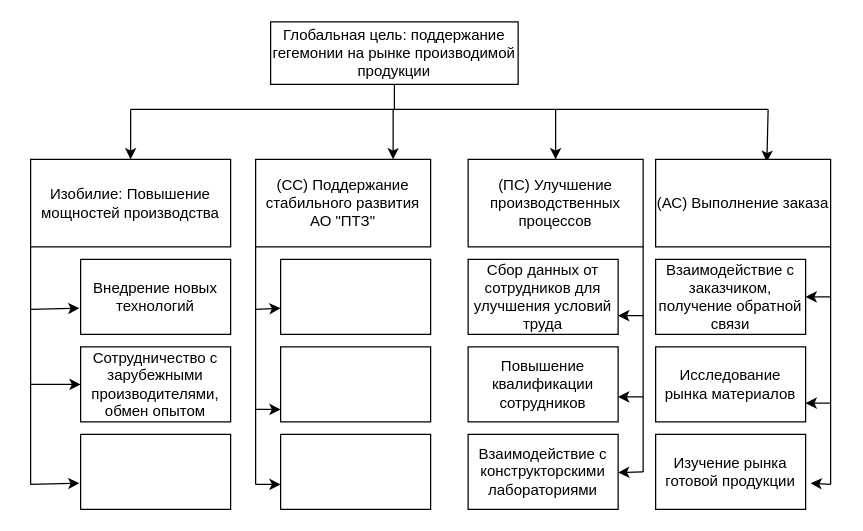
This is Диаграмма без названия.drawio from hardbit43/practice, a draw.io file, before an edit. Source tidied: cells renumbered, new cells numbered last; positions are measured from the earlier drawing's top-left corner, leaving out a move shared by most shapes. Both pictures are drawn from the tidied source at 125%, with x=0, y=0 at pixel (30, 21).
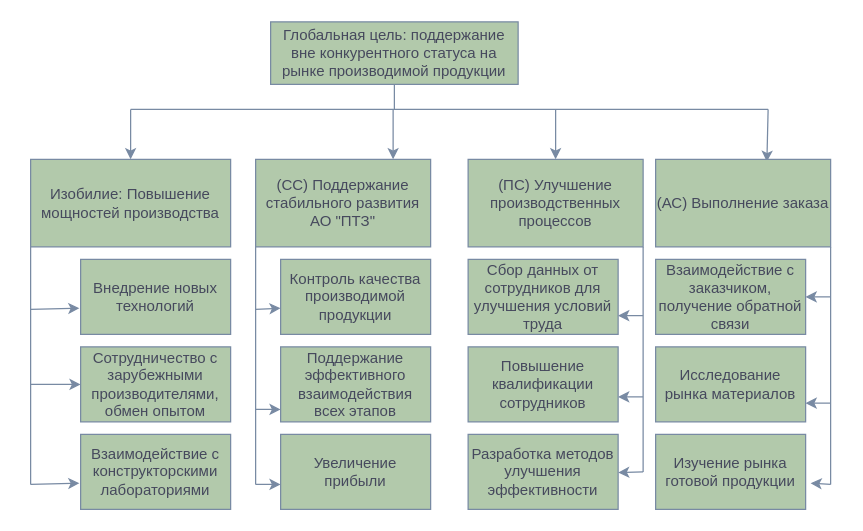
The same diagram, later.

Diff of the diagram source:
```diff
@@
-<mxGraphModel>
+<mxGraphModel background="#ffffff">
@@
-    <mxCell id="2" value="Глобальная цель: поддержание гегемонии на рынке производимой продукции" style="rounded=0;whiteSpace=wrap;html=1;" parent="1" vertex="1">
+    <mxCell id="2" value="Глобальная цель: поддержание вне конкурентного статуса на рынке производимой продукции" style="rounded=0;whiteSpace=wrap;html=1;labelBackgroundColor=none;fillColor=#B2C9AB;strokeColor=#788AA3;fontColor=#46495D;" parent="1" vertex="1">
       <mxGeometry x="192" width="198" height="50" as="geometry" />
     </mxCell>
-    <mxCell id="3" style="endArrow=none;html=1;rounded=0;exitX=0.5;exitY=1;exitDx=0;exitDy=0;" parent="1" edge="1" source="2">
+    <mxCell id="3" style="endArrow=none;html=1;rounded=0;exitX=0.5;exitY=1;exitDx=0;exitDy=0;labelBackgroundColor=none;strokeColor=#788AA3;fontColor=default;" parent="1" edge="1" source="2">
       <mxGeometry relative="1" as="geometry">
         <mxPoint x="291" y="70" as="targetPoint" />
       </mxGeometry>
     </mxCell>
-    <mxCell id="4" style="endArrow=none;html=1;rounded=0;" parent="1" edge="1">
+    <mxCell id="4" style="endArrow=none;html=1;rounded=0;labelBackgroundColor=none;strokeColor=#788AA3;fontColor=default;" parent="1" edge="1">
       <mxGeometry relative="1" as="geometry">
         <mxPoint x="80" y="70" as="sourcePoint" />
         <mxPoint x="590" y="70" as="targetPoint" />
       </mxGeometry>
     </mxCell>
-    <mxCell id="5" style="endArrow=classic;html=1;rounded=0;" parent="1" edge="1" target="9">
+    <mxCell id="5" style="endArrow=classic;html=1;rounded=0;labelBackgroundColor=none;strokeColor=#788AA3;fontColor=default;" parent="1" edge="1" target="9">
       <mxGeometry relative="1" as="geometry">
         <mxPoint x="80" y="70" as="sourcePoint" />
       </mxGeometry>
     </mxCell>
-    <mxCell id="6" style="endArrow=classic;html=1;rounded=0;" parent="1" edge="1">
+    <mxCell id="6" style="endArrow=classic;html=1;rounded=0;labelBackgroundColor=none;strokeColor=#788AA3;fontColor=default;" parent="1" edge="1">
       <mxGeometry relative="1" as="geometry">
         <mxPoint x="290" y="70" as="sourcePoint" />
         <mxPoint x="290" y="110" as="targetPoint" />
       </mxGeometry>
     </mxCell>
-    <mxCell id="7" style="endArrow=classic;html=1;rounded=0;entryX=0.5;entryY=0;entryDx=0;entryDy=0;" parent="1" edge="1" target="12">
+    <mxCell id="7" style="endArrow=classic;html=1;rounded=0;entryX=0.5;entryY=0;entryDx=0;entryDy=0;labelBackgroundColor=none;strokeColor=#788AA3;fontColor=default;" parent="1" edge="1" target="12">
       <mxGeometry relative="1" as="geometry">
         <mxPoint x="420" y="70" as="sourcePoint" />
       </mxGeometry>
     </mxCell>
-    <mxCell id="8" style="endArrow=classic;html=1;rounded=0;entryX=0.454;entryY=0.029;entryDx=0;entryDy=0;entryPerimeter=0;" parent="1" edge="1">
+    <mxCell id="8" style="endArrow=classic;html=1;rounded=0;entryX=0.454;entryY=0.029;entryDx=0;entryDy=0;entryPerimeter=0;labelBackgroundColor=none;strokeColor=#788AA3;fontColor=default;" parent="1" edge="1">
       <mxGeometry relative="1" as="geometry">
         <mxPoint x="590" y="70" as="sourcePoint" />
         <mxPoint x="589" y="112" as="targetPoint" />
       </mxGeometry>
     </mxCell>
-    <mxCell id="9" value="Изобилие: Повышение мощностей производства" style="rounded=0;whiteSpace=wrap;html=1;" parent="1" vertex="1">
+    <mxCell id="9" value="Изобилие: Повышение мощностей производства" style="rounded=0;whiteSpace=wrap;html=1;labelBackgroundColor=none;fillColor=#B2C9AB;strokeColor=#788AA3;fontColor=#46495D;" parent="1" vertex="1">
       <mxGeometry y="110" width="160" height="70" as="geometry" />
     </mxCell>
-    <mxCell id="10" value="(СС) Поддержание стабильного развития АО &quot;ПТЗ&quot;" style="rounded=0;whiteSpace=wrap;html=1;" parent="1" vertex="1">
+    <mxCell id="10" value="(СС) Поддержание стабильного развития АО &quot;ПТЗ&quot;" style="rounded=0;whiteSpace=wrap;html=1;labelBackgroundColor=none;fillColor=#B2C9AB;strokeColor=#788AA3;fontColor=#46495D;" parent="1" vertex="1">
       <mxGeometry x="180" y="110" width="140" height="70" as="geometry" />
     </mxCell>
-    <mxCell id="11" value="(АС) Выполнение заказа" style="rounded=0;whiteSpace=wrap;html=1;" parent="1" vertex="1">
+    <mxCell id="11" value="(АС) Выполнение заказа" style="rounded=0;whiteSpace=wrap;html=1;labelBackgroundColor=none;fillColor=#B2C9AB;strokeColor=#788AA3;fontColor=#46495D;" parent="1" vertex="1">
       <mxGeometry x="500" y="110" width="140" height="70" as="geometry" />
     </mxCell>
-    <mxCell id="12" value="(ПС) Улучшение производственных процессов" style="rounded=0;whiteSpace=wrap;html=1;" parent="1" vertex="1">
+    <mxCell id="12" value="(ПС) Улучшение производственных процессов" style="rounded=0;whiteSpace=wrap;html=1;labelBackgroundColor=none;fillColor=#B2C9AB;strokeColor=#788AA3;fontColor=#46495D;" parent="1" vertex="1">
       <mxGeometry x="350" y="110" width="140" height="70" as="geometry" />
     </mxCell>
-    <mxCell id="13" value="Внедрение новых технологий" style="rounded=0;whiteSpace=wrap;html=1;" parent="1" vertex="1">
+    <mxCell id="13" value="Внедрение новых технологий" style="rounded=0;whiteSpace=wrap;html=1;labelBackgroundColor=none;fillColor=#B2C9AB;strokeColor=#788AA3;fontColor=#46495D;" parent="1" vertex="1">
       <mxGeometry x="40" y="190" width="120" height="60" as="geometry" />
     </mxCell>
-    <mxCell id="14" value="Сотрудничество с зарубежными производителями, обмен опытом" style="rounded=0;whiteSpace=wrap;html=1;" parent="1" vertex="1">
+    <mxCell id="14" value="Сотрудничество с зарубежными производителями, обмен опытом" style="rounded=0;whiteSpace=wrap;html=1;labelBackgroundColor=none;fillColor=#B2C9AB;strokeColor=#788AA3;fontColor=#46495D;" parent="1" vertex="1">
       <mxGeometry x="40" y="260" width="120" height="60" as="geometry" />
     </mxCell>
-    <mxCell id="15" style="rounded=0;whiteSpace=wrap;html=1;" parent="1" vertex="1">
+    <mxCell id="15" value="Взаимодействие с конструкторскими лабораториями" style="rounded=0;whiteSpace=wrap;html=1;labelBackgroundColor=none;fillColor=#B2C9AB;strokeColor=#788AA3;fontColor=#46495D;" parent="1" vertex="1">
       <mxGeometry x="40" y="330" width="120" height="60" as="geometry" />
     </mxCell>
-    <mxCell id="16" style="rounded=0;whiteSpace=wrap;html=1;" parent="1" vertex="1">
+    <mxCell id="16" value="Контроль качества производимой продукции" style="rounded=0;whiteSpace=wrap;html=1;labelBackgroundColor=none;fillColor=#B2C9AB;strokeColor=#788AA3;fontColor=#46495D;" parent="1" vertex="1">
       <mxGeometry x="200" y="190" width="120" height="60" as="geometry" />
     </mxCell>
-    <mxCell id="17" style="rounded=0;whiteSpace=wrap;html=1;" parent="1" vertex="1">
+    <mxCell id="17" value="Поддержание эффективного взаимодействия всех этапов" style="rounded=0;whiteSpace=wrap;html=1;labelBackgroundColor=none;fillColor=#B2C9AB;strokeColor=#788AA3;fontColor=#46495D;" parent="1" vertex="1">
       <mxGeometry x="200" y="260" width="120" height="60" as="geometry" />
     </mxCell>
-    <mxCell id="18" style="rounded=0;whiteSpace=wrap;html=1;" parent="1" vertex="1">
+    <mxCell id="18" value="Увеличение прибыли " style="rounded=0;whiteSpace=wrap;html=1;labelBackgroundColor=none;fillColor=#B2C9AB;strokeColor=#788AA3;fontColor=#46495D;" parent="1" vertex="1">
       <mxGeometry x="200" y="330" width="120" height="60" as="geometry" />
     </mxCell>
-    <mxCell id="19" value="Сбор данных от сотрудников для улучшения условий труда" style="rounded=0;whiteSpace=wrap;html=1;" parent="1" vertex="1">
+    <mxCell id="19" value="Сбор данных от сотрудников для улучшения условий труда" style="rounded=0;whiteSpace=wrap;html=1;labelBackgroundColor=none;fillColor=#B2C9AB;strokeColor=#788AA3;fontColor=#46495D;" parent="1" vertex="1">
       <mxGeometry x="350" y="190" width="120" height="60" as="geometry" />
     </mxCell>
-    <mxCell id="20" value="&lt;div&gt;Повышение квалификации сотрудников&lt;/div&gt;" style="rounded=0;whiteSpace=wrap;html=1;" parent="1" vertex="1">
+    <mxCell id="20" value="&lt;div&gt;Повышение квалификации сотрудников&lt;/div&gt;" style="rounded=0;whiteSpace=wrap;html=1;labelBackgroundColor=none;fillColor=#B2C9AB;strokeColor=#788AA3;fontColor=#46495D;" parent="1" vertex="1">
       <mxGeometry x="350" y="260" width="120" height="60" as="geometry" />
     </mxCell>
-    <mxCell id="21" value="Взаимодействие с конструкторскими лабораториями" style="rounded=0;whiteSpace=wrap;html=1;" parent="1" vertex="1">
+    <mxCell id="21" value="Разработка методов улучшения эффективности" style="rounded=0;whiteSpace=wrap;html=1;labelBackgroundColor=none;fillColor=#B2C9AB;strokeColor=#788AA3;fontColor=#46495D;" parent="1" vertex="1">
       <mxGeometry x="350" y="330" width="120" height="60" as="geometry" />
     </mxCell>
-    <mxCell id="22" value="Взаимодействие с заказчиком, получение обратной связи" style="rounded=0;whiteSpace=wrap;html=1;" parent="1" vertex="1">
+    <mxCell id="22" value="Взаимодействие с заказчиком, получение обратной связи" style="rounded=0;whiteSpace=wrap;html=1;labelBackgroundColor=none;fillColor=#B2C9AB;strokeColor=#788AA3;fontColor=#46495D;" parent="1" vertex="1">
       <mxGeometry x="500" y="190" width="120" height="60" as="geometry" />
     </mxCell>
-    <mxCell id="23" value="Исследование рынка материалов" style="rounded=0;whiteSpace=wrap;html=1;" parent="1" vertex="1">
+    <mxCell id="23" value="Исследование рынка материалов" style="rounded=0;whiteSpace=wrap;html=1;labelBackgroundColor=none;fillColor=#B2C9AB;strokeColor=#788AA3;fontColor=#46495D;" parent="1" vertex="1">
       <mxGeometry x="500" y="260" width="120" height="60" as="geometry" />
     </mxCell>
-    <mxCell id="24" style="edgeStyle=orthogonalEdgeStyle;rounded=0;jettySize=auto;html=1;" parent="1" edge="1" target="21">
+    <mxCell id="24" style="edgeStyle=orthogonalEdgeStyle;rounded=0;jettySize=auto;html=1;labelBackgroundColor=none;strokeColor=#788AA3;fontColor=default;" parent="1" edge="1" target="21">
       <mxGeometry relative="1" as="geometry">
         <mxPoint x="490" y="360" as="sourcePoint" />
       </mxGeometry>
     </mxCell>
-    <mxCell id="25" value="Изучение рынка готовой продукции" style="rounded=0;whiteSpace=wrap;html=1;" parent="1" vertex="1">
+    <mxCell id="25" value="Изучение рынка готовой продукции" style="rounded=0;whiteSpace=wrap;html=1;labelBackgroundColor=none;fillColor=#B2C9AB;strokeColor=#788AA3;fontColor=#46495D;" parent="1" vertex="1">
       <mxGeometry x="500" y="330" width="120" height="60" as="geometry" />
     </mxCell>
-    <mxCell id="26" style="endArrow=none;html=1;rounded=0;exitX=0;exitY=1;exitDx=0;exitDy=0;" parent="1" edge="1" source="9">
+    <mxCell id="26" style="endArrow=none;html=1;rounded=0;exitX=0;exitY=1;exitDx=0;exitDy=0;labelBackgroundColor=none;strokeColor=#788AA3;fontColor=default;" parent="1" edge="1" source="9">
       <mxGeometry relative="1" as="geometry">
         <mxPoint y="370" as="targetPoint" />
       </mxGeometry>
     </mxCell>
-    <mxCell id="27" style="endArrow=classic;html=1;rounded=0;entryX=-0.008;entryY=0.65;entryDx=0;entryDy=0;entryPerimeter=0;" parent="1" edge="1" target="15">
+    <mxCell id="27" style="endArrow=classic;html=1;rounded=0;entryX=-0.008;entryY=0.65;entryDx=0;entryDy=0;entryPerimeter=0;labelBackgroundColor=none;strokeColor=#788AA3;fontColor=default;" parent="1" edge="1" target="15">
       <mxGeometry relative="1" as="geometry">
         <mxPoint y="370" as="sourcePoint" />
       </mxGeometry>
     </mxCell>
-    <mxCell id="28" style="endArrow=classic;html=1;rounded=0;entryX=0;entryY=0.5;entryDx=0;entryDy=0;" parent="1" edge="1" target="14">
+    <mxCell id="28" style="endArrow=classic;html=1;rounded=0;entryX=0;entryY=0.5;entryDx=0;entryDy=0;labelBackgroundColor=none;strokeColor=#788AA3;fontColor=default;" parent="1" edge="1" target="14">
       <mxGeometry relative="1" as="geometry">
         <mxPoint y="290" as="sourcePoint" />
       </mxGeometry>
     </mxCell>
-    <mxCell id="29" style="endArrow=classic;html=1;rounded=0;entryX=-0.008;entryY=0.65;entryDx=0;entryDy=0;entryPerimeter=0;" parent="1" edge="1" target="13">
+    <mxCell id="29" style="endArrow=classic;html=1;rounded=0;entryX=-0.008;entryY=0.65;entryDx=0;entryDy=0;entryPerimeter=0;labelBackgroundColor=none;strokeColor=#788AA3;fontColor=default;" parent="1" edge="1" target="13">
       <mxGeometry relative="1" as="geometry">
         <mxPoint y="230" as="sourcePoint" />
       </mxGeometry>
     </mxCell>
-    <mxCell id="30" style="endArrow=none;html=1;rounded=0;entryX=0;entryY=1;entryDx=0;entryDy=0;" parent="1" edge="1" target="10">
+    <mxCell id="30" style="endArrow=none;html=1;rounded=0;entryX=0;entryY=1;entryDx=0;entryDy=0;labelBackgroundColor=none;strokeColor=#788AA3;fontColor=default;" parent="1" edge="1" target="10">
       <mxGeometry relative="1" as="geometry">
         <mxPoint x="180" y="370" as="sourcePoint" />
       </mxGeometry>
     </mxCell>
-    <mxCell id="31" style="endArrow=classic;html=1;rounded=0;entryX=0;entryY=0.65;entryDx=0;entryDy=0;entryPerimeter=0;" parent="1" edge="1" target="16">
+    <mxCell id="31" style="endArrow=classic;html=1;rounded=0;entryX=0;entryY=0.65;entryDx=0;entryDy=0;entryPerimeter=0;labelBackgroundColor=none;strokeColor=#788AA3;fontColor=default;" parent="1" edge="1" target="16">
       <mxGeometry relative="1" as="geometry">
         <mxPoint x="180" y="230" as="sourcePoint" />
       </mxGeometry>
     </mxCell>
-    <mxCell id="32" style="endArrow=classic;html=1;rounded=0;" parent="1" edge="1">
+    <mxCell id="32" style="endArrow=classic;html=1;rounded=0;labelBackgroundColor=none;strokeColor=#788AA3;fontColor=default;" parent="1" edge="1">
       <mxGeometry relative="1" as="geometry">
         <mxPoint x="180" y="310" as="sourcePoint" />
         <mxPoint x="200" y="310" as="targetPoint" />
       </mxGeometry>
     </mxCell>
-    <mxCell id="33" style="endArrow=classic;html=1;rounded=0;" parent="1" edge="1">
+    <mxCell id="33" style="endArrow=classic;html=1;rounded=0;labelBackgroundColor=none;strokeColor=#788AA3;fontColor=default;" parent="1" edge="1">
       <mxGeometry relative="1" as="geometry">
         <mxPoint x="180" y="370" as="sourcePoint" />
         <mxPoint x="200" y="370" as="targetPoint" />
       </mxGeometry>
     </mxCell>
-    <mxCell id="34" style="endArrow=none;html=1;rounded=0;entryX=1;entryY=1;entryDx=0;entryDy=0;" parent="1" edge="1" target="12">
+    <mxCell id="34" style="endArrow=none;html=1;rounded=0;entryX=1;entryY=1;entryDx=0;entryDy=0;labelBackgroundColor=none;strokeColor=#788AA3;fontColor=default;" parent="1" edge="1" target="12">
       <mxGeometry relative="1" as="geometry">
         <mxPoint x="490" y="360" as="sourcePoint" />
       </mxGeometry>
     </mxCell>
-    <mxCell id="35" style="endArrow=none;html=1;rounded=0;entryX=1;entryY=1;entryDx=0;entryDy=0;" parent="1" edge="1" target="11">
+    <mxCell id="35" style="endArrow=none;html=1;rounded=0;entryX=1;entryY=1;entryDx=0;entryDy=0;labelBackgroundColor=none;strokeColor=#788AA3;fontColor=default;" parent="1" edge="1" target="11">
       <mxGeometry relative="1" as="geometry">
         <mxPoint x="640" y="370" as="sourcePoint" />
       </mxGeometry>
     </mxCell>
-    <mxCell id="36" style="endArrow=classic;html=1;rounded=0;entryX=1;entryY=0.75;entryDx=0;entryDy=0;" parent="1" edge="1" target="19">
+    <mxCell id="36" style="endArrow=classic;html=1;rounded=0;entryX=1;entryY=0.75;entryDx=0;entryDy=0;labelBackgroundColor=none;strokeColor=#788AA3;fontColor=default;" parent="1" edge="1" target="19">
       <mxGeometry relative="1" as="geometry">
         <mxPoint x="490" y="235" as="sourcePoint" />
       </mxGeometry>
     </mxCell>
-    <mxCell id="37" style="endArrow=classic;html=1;rounded=0;" parent="1" edge="1">
+    <mxCell id="37" style="endArrow=classic;html=1;rounded=0;labelBackgroundColor=none;strokeColor=#788AA3;fontColor=default;" parent="1" edge="1">
       <mxGeometry relative="1" as="geometry">
         <mxPoint x="490" y="300" as="sourcePoint" />
         <mxPoint x="470" y="300" as="targetPoint" />
       </mxGeometry>
     </mxCell>
-    <mxCell id="38" style="endArrow=classic;html=1;rounded=0;entryX=1;entryY=0.5;entryDx=0;entryDy=0;" parent="1" edge="1" target="22">
+    <mxCell id="38" style="endArrow=classic;html=1;rounded=0;entryX=1;entryY=0.5;entryDx=0;entryDy=0;labelBackgroundColor=none;strokeColor=#788AA3;fontColor=default;" parent="1" edge="1" target="22">
       <mxGeometry relative="1" as="geometry">
         <mxPoint x="640" y="220" as="sourcePoint" />
       </mxGeometry>
     </mxCell>
-    <mxCell id="39" style="endArrow=classic;html=1;rounded=0;entryX=1;entryY=0.75;entryDx=0;entryDy=0;" parent="1" edge="1" target="23">
+    <mxCell id="39" style="endArrow=classic;html=1;rounded=0;entryX=1;entryY=0.75;entryDx=0;entryDy=0;labelBackgroundColor=none;strokeColor=#788AA3;fontColor=default;" parent="1" edge="1" target="23">
       <mxGeometry relative="1" as="geometry">
         <mxPoint x="640" y="305" as="sourcePoint" />
       </mxGeometry>
     </mxCell>
-    <mxCell id="40" style="endArrow=classic;html=1;rounded=0;entryX=1.033;entryY=0.65;entryDx=0;entryDy=0;entryPerimeter=0;" parent="1" edge="1" target="25">
+    <mxCell id="40" style="endArrow=classic;html=1;rounded=0;entryX=1.033;entryY=0.65;entryDx=0;entryDy=0;entryPerimeter=0;labelBackgroundColor=none;strokeColor=#788AA3;fontColor=default;" parent="1" edge="1" target="25">
       <mxGeometry relative="1" as="geometry">
         <mxPoint x="640" y="370" as="sourcePoint" />
       </mxGeometry>
     </mxCell>
```
